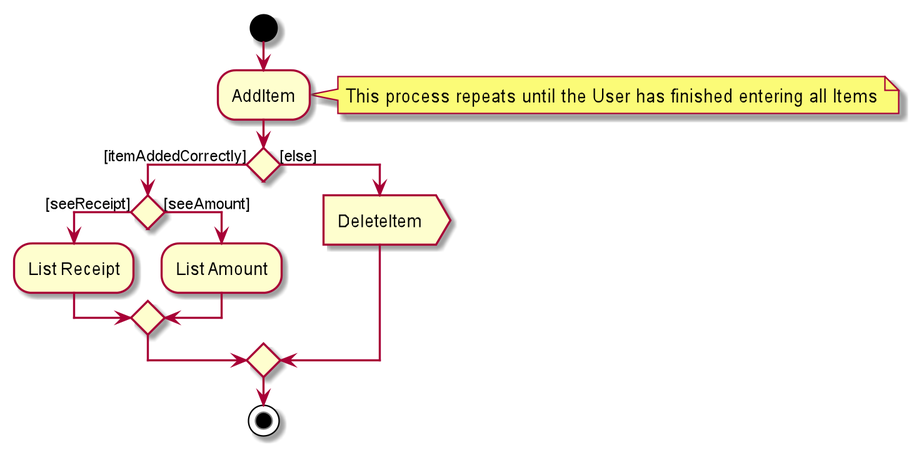
The PlantUML diagram images/ExpenseSplitterActivityDiagram.png in AY1920S2-CS2103T-W13-1/main, before a commit.
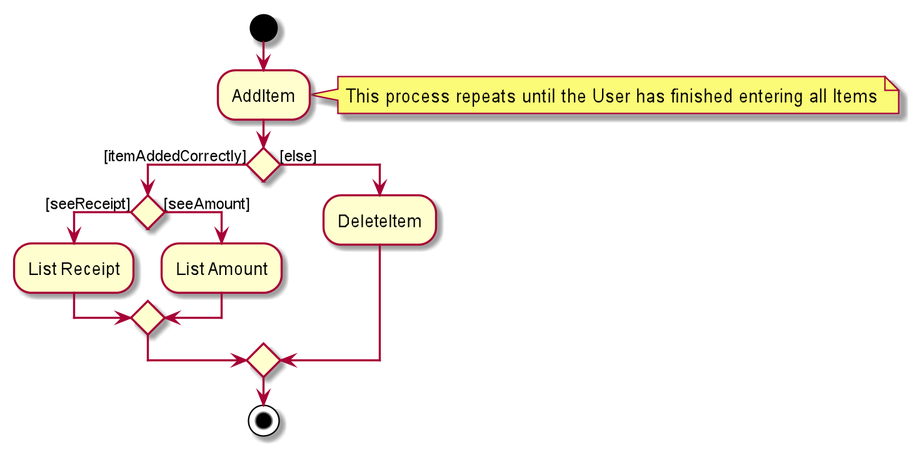
Later version of the same file.

The edit, as a diff of the source:
```diff
@@ -11,7 +11,7 @@
     :List Amount;
   endif
 else ([else])
-  :DeleteItem>
+  :DeleteItem;
 endif
 stop
 
```
